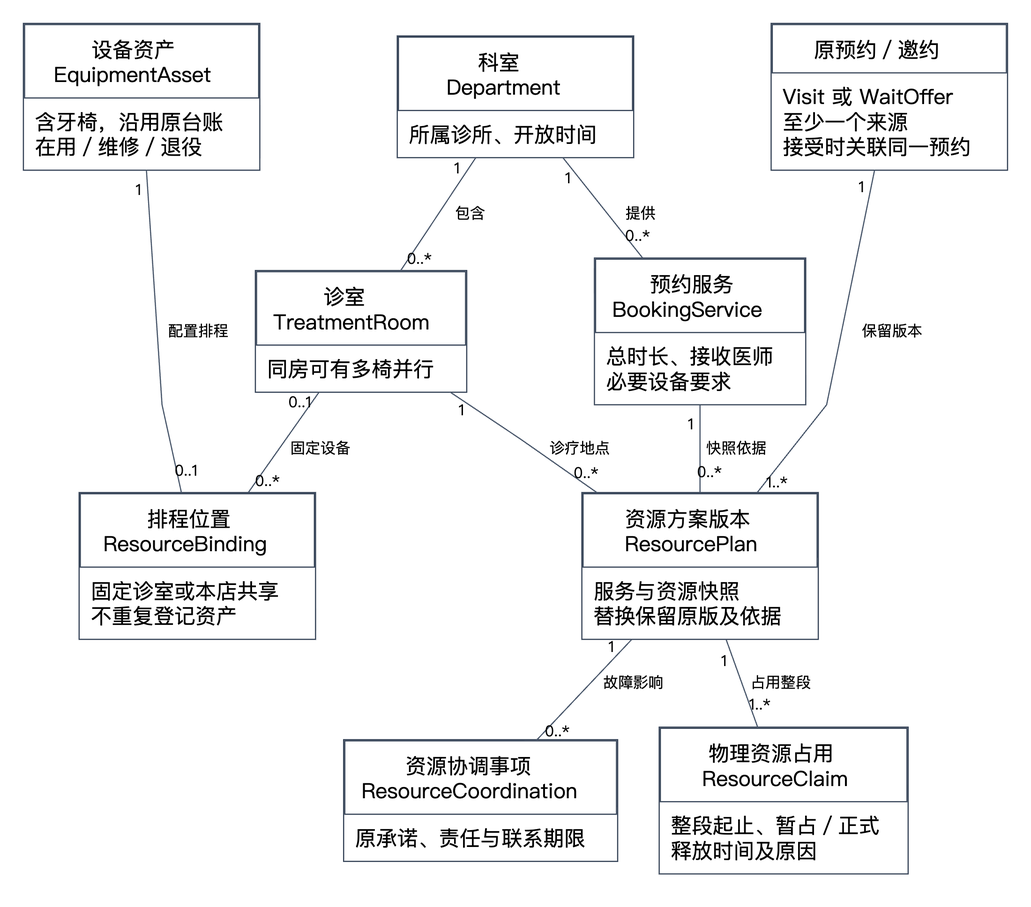
The Graphviz diagram docs/diagrams/domain_resources.png in Zhang646967/adc-dental-clinic, before a commit. Its source is kept beside it as docs/diagrams/domain_resources.dot. Its diagram source:
```dot
digraph G {
 graph [rankdir=TB,bgcolor="white",pad=.28,nodesep=.5,ranksep=.82,splines=polyline];
 node [shape=record,fontname="Noto Sans CJK SC",fontsize=18,color="#334155",penwidth=1.3,margin=".15,.10"];
 edge [dir=none,fontname="Noto Sans CJK SC",fontsize=13,color="#475569",labeldistance=1.9];
 department [label="{科室\nDepartment|所属诊所、开放时间\l}"];
 room [label="{诊室\nTreatmentRoom|同房可有多椅并行\l}"];
 service [label="{预约服务\nBookingService|总时长、接收医师\l必要设备要求\l}"];
 asset [label="{设备资产\nEquipmentAsset|含牙椅，沿用原台账\l在用／维修／退役\l}"];
 binding [label="{排程位置\nResourceBinding|固定诊室或本店共享\l不重复登记资产\l}"];
 plan [label="{资源方案版本\nResourcePlan|服务与资源快照\l替换保留原版及依据\l}"];
 claim [label="{物理资源占用\nResourceClaim|整段起止、暂占／正式\l释放时间及原因\l}"];
 visit [label="{原预约／邀约|Visit 或 WaitOffer\l至少一个来源\l接受时关联同一预约\l}"];
 issue [label="{资源协调事项\nResourceCoordination|原承诺、责任与联系期限\l}"];
 department -> room [taillabel="1",headlabel="0..*",label="包含"];
 department -> service [taillabel="1",headlabel="0..*",label="提供"];
 asset -> binding [taillabel="1",headlabel="0..1",label="配置排程"];
 room -> binding [taillabel="0..1",headlabel="0..*",label="固定设备"];
 service -> plan [taillabel="1",headlabel="0..*",label="快照依据"];
 room -> plan [taillabel="1",headlabel="0..*",label="诊疗地点"];
 visit -> plan [taillabel="1",headlabel="1..*",label="保留版本"];
 plan -> claim [taillabel="1",headlabel="1..*",label="占用整段"];
 asset:e -> claim:e [taillabel="1",headlabel="0..*",label="时间不重叠",constraint=false];
 plan -> issue [taillabel="1",headlabel="0..*",label="故障影响"];
 {rank=same;department;asset;visit;}

 {rank=same;claim;issue;}
 }
```
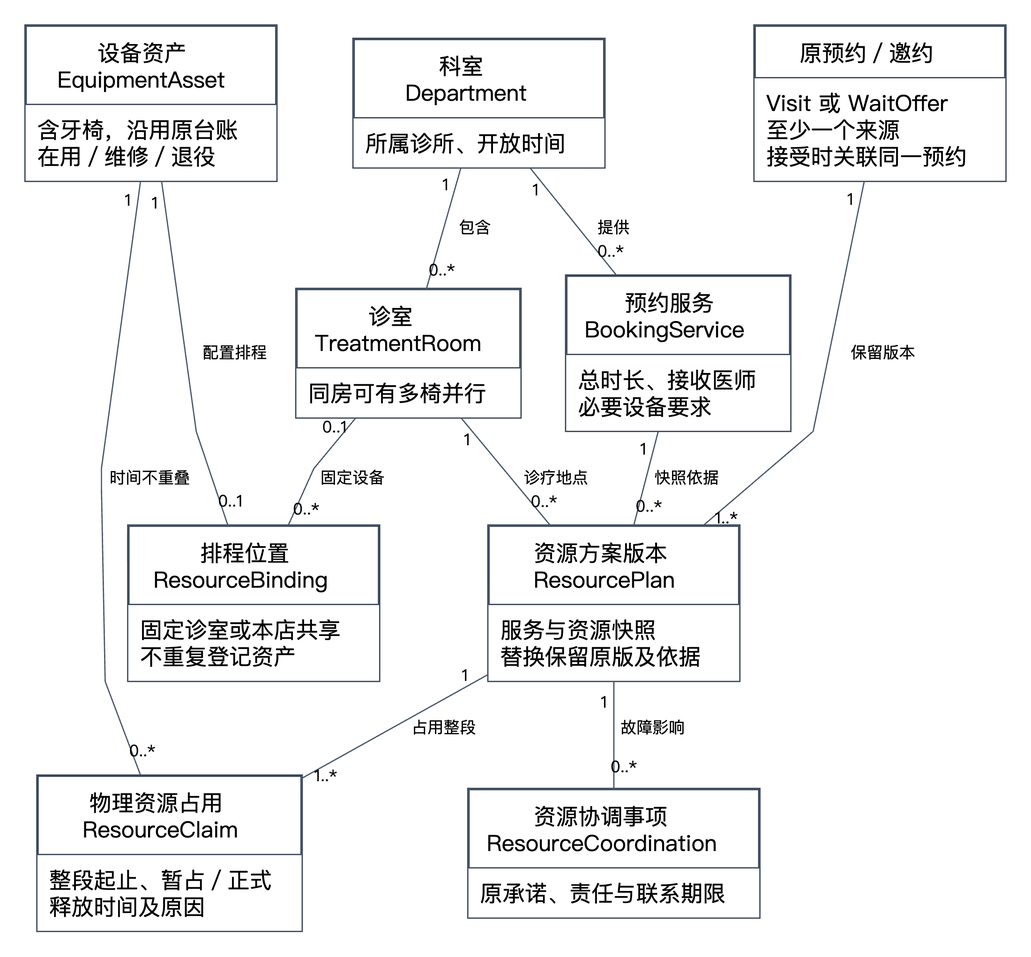
The same file after the commit.

What changed in the source:
```diff
@@ -19,7 +19,7 @@
  room -> plan [taillabel="1",headlabel="0..*",label="诊疗地点"];
  visit -> plan [taillabel="1",headlabel="1..*",label="保留版本"];
  plan -> claim [taillabel="1",headlabel="1..*",label="占用整段"];
- asset:e -> claim:e [taillabel="1",headlabel="0..*",label="时间不重叠",constraint=false];
+ asset -> claim [taillabel="1",headlabel="0..*",label="时间不重叠"];
  plan -> issue [taillabel="1",headlabel="0..*",label="故障影响"];
  {rank=same;department;asset;visit;}
 
```
